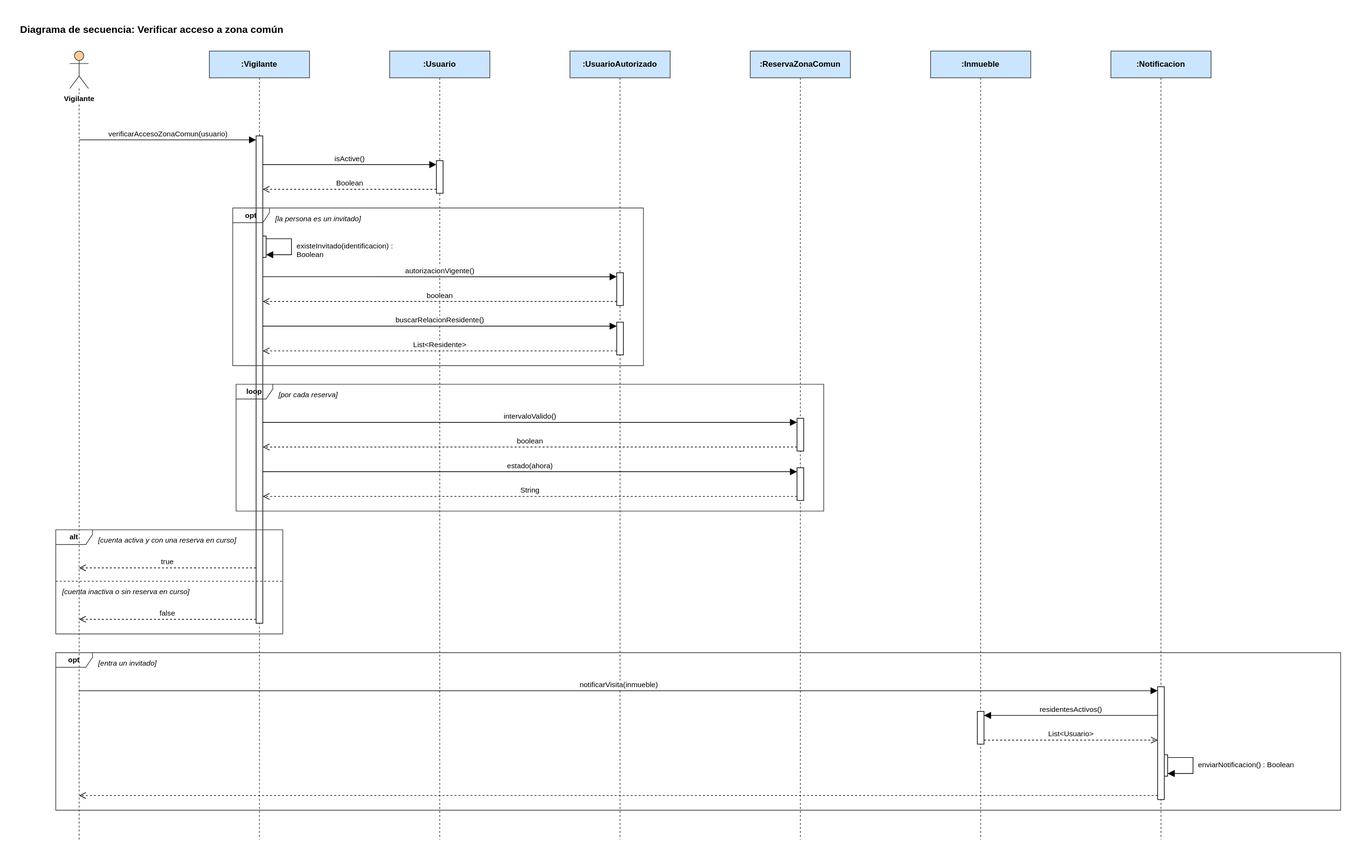
manuel20051208/HorizontalSoftware-Back-End keeps this draw.io diagram as Diagramas/Secuencia/verificar-acceso-a-zona-comun.svg. Above is the earlier version. Source tidied: cells renumbered, new cells last; positions are measured from the earlier drawing's top-left corner, leaving out a move shared by most shapes.
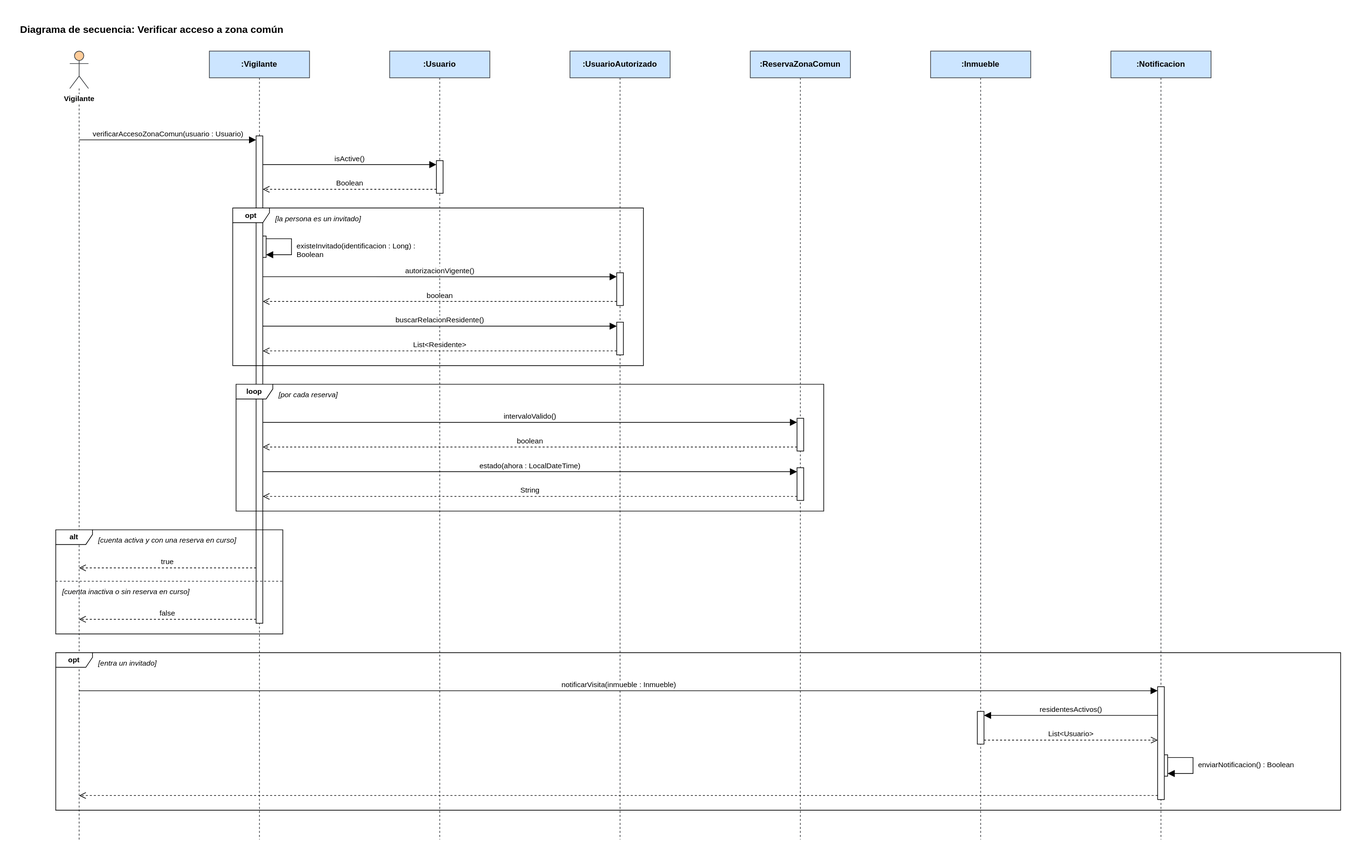
After the change.

What changed in the source:
```diff
@@ -56,7 +56,7 @@
     <mxCell id="19" style="html=1;points=[];perimeter=orthogonalPerimeter;fillColor=#ffffff;strokeColor=#000000;" parent="1" vertex="1">
       <mxGeometry x="1705" y="1000" width="10" height="169" as="geometry" />
     </mxCell>
-    <mxCell id="20" value="verificarAccesoZonaComun(usuario)" style="html=1;verticalAlign=bottom;rounded=0;fontSize=11;strokeColor=#000000;endArrow=block;endFill=1;endSize=8;exitX=0.5000;exitY=0.1126;exitDx=0;exitDy=0;exitPerimeter=0;entryX=0.0000;entryY=0.0082;entryDx=0;entryDy=0;entryPerimeter=0;" parent="1" edge="1" source="3" target="16">
+    <mxCell id="20" value="verificarAccesoZonaComun(usuario : Usuario)" style="html=1;verticalAlign=bottom;rounded=0;fontSize=11;strokeColor=#000000;endArrow=block;endFill=1;endSize=8;exitX=0.5000;exitY=0.1126;exitDx=0;exitDy=0;exitPerimeter=0;entryX=0.0000;entryY=0.0082;entryDx=0;entryDy=0;entryPerimeter=0;" parent="1" edge="1" source="3" target="16">
       <mxGeometry relative="1" as="geometry" />
     </mxCell>
     <mxCell id="21" value="isActive()" style="html=1;verticalAlign=bottom;rounded=0;fontSize=11;strokeColor=#000000;endArrow=block;endFill=1;endSize=8;exitX=1.0000;exitY=0.0589;exitDx=0;exitDy=0;exitPerimeter=0;entryX=0.0000;entryY=0.1224;entryDx=0;entryDy=0;entryPerimeter=0;" parent="1" edge="1" source="16" target="10">
@@ -91,7 +91,7 @@
     <mxCell id="29" value="boolean" style="html=1;verticalAlign=bottom;rounded=0;fontSize=11;strokeColor=#000000;dashed=1;endArrow=open;endFill=0;endSize=8;exitX=0.0000;exitY=0.8776;exitDx=0;exitDy=0;exitPerimeter=0;entryX=1.0000;entryY=0.6384;entryDx=0;entryDy=0;entryPerimeter=0;" parent="1" edge="1" source="14" target="16">
       <mxGeometry relative="1" as="geometry" />
     </mxCell>
-    <mxCell id="30" value="estado(ahora)" style="html=1;verticalAlign=bottom;rounded=0;fontSize=11;strokeColor=#000000;endArrow=block;endFill=1;endSize=8;exitX=1.0000;exitY=0.6890;exitDx=0;exitDy=0;exitPerimeter=0;entryX=0.0000;entryY=0.1224;entryDx=0;entryDy=0;entryPerimeter=0;" parent="1" edge="1" source="16" target="15">
+    <mxCell id="30" value="estado(ahora : LocalDateTime)" style="html=1;verticalAlign=bottom;rounded=0;fontSize=11;strokeColor=#000000;endArrow=block;endFill=1;endSize=8;exitX=1.0000;exitY=0.6890;exitDx=0;exitDy=0;exitPerimeter=0;entryX=0.0000;entryY=0.1224;entryDx=0;entryDy=0;entryPerimeter=0;" parent="1" edge="1" source="16" target="15">
       <mxGeometry relative="1" as="geometry" />
     </mxCell>
     <mxCell id="31" value="String" style="html=1;verticalAlign=bottom;rounded=0;fontSize=11;strokeColor=#000000;dashed=1;endArrow=open;endFill=0;endSize=8;exitX=0.0000;exitY=0.8776;exitDx=0;exitDy=0;exitPerimeter=0;entryX=1.0000;entryY=0.7397;entryDx=0;entryDy=0;entryPerimeter=0;" parent="1" edge="1" source="15" target="16">
@@ -103,7 +103,7 @@
     <mxCell id="33" value="false" style="html=1;verticalAlign=bottom;rounded=0;fontSize=11;strokeColor=#000000;dashed=1;endArrow=open;endFill=0;endSize=8;exitX=0.0000;exitY=0.9918;exitDx=0;exitDy=0;exitPerimeter=0;entryX=0.5000;entryY=0.7206;entryDx=0;entryDy=0;entryPerimeter=0;" parent="1" edge="1" source="16" target="3">
       <mxGeometry relative="1" as="geometry" />
     </mxCell>
-    <mxCell id="34" value="notificarVisita(inmueble)" style="html=1;verticalAlign=bottom;rounded=0;fontSize=11;strokeColor=#000000;endArrow=block;endFill=1;endSize=8;exitX=0.5000;exitY=0.8112;exitDx=0;exitDy=0;exitPerimeter=0;entryX=0.0000;entryY=0.0355;entryDx=0;entryDy=0;entryPerimeter=0;" parent="1" edge="1" source="3" target="19">
+    <mxCell id="34" value="notificarVisita(inmueble : Inmueble)" style="html=1;verticalAlign=bottom;rounded=0;fontSize=11;strokeColor=#000000;endArrow=block;endFill=1;endSize=8;exitX=0.5000;exitY=0.8112;exitDx=0;exitDy=0;exitPerimeter=0;entryX=0.0000;entryY=0.0355;entryDx=0;entryDy=0;entryPerimeter=0;" parent="1" edge="1" source="3" target="19">
       <mxGeometry relative="1" as="geometry" />
     </mxCell>
     <mxCell id="35" value="residentesActivos()" style="html=1;verticalAlign=bottom;rounded=0;fontSize=11;strokeColor=#000000;endArrow=block;endFill=1;endSize=8;exitX=0.0000;exitY=0.2544;exitDx=0;exitDy=0;exitPerimeter=0;entryX=1.0000;entryY=0.1224;entryDx=0;entryDy=0;entryPerimeter=0;" parent="1" edge="1" source="19" target="17">
@@ -123,22 +123,22 @@
     <mxCell id="38" style="html=1;verticalAlign=bottom;rounded=0;fontSize=11;strokeColor=#000000;dashed=1;endArrow=open;endFill=0;endSize=8;exitX=0.0000;exitY=0.9645;exitDx=0;exitDy=0;exitPerimeter=0;entryX=0.5000;entryY=0.9441;entryDx=0;entryDy=0;entryPerimeter=0;" parent="1" edge="1" source="19" target="3">
       <mxGeometry relative="1" as="geometry" />
     </mxCell>
-    <mxCell id="39" value="existeInvitado(identificacion) : Boolean" style="text;html=1;align=left;verticalAlign=top;whiteSpace=wrap;overflow=hidden;fontSize=11;" parent="1" vertex="1">
+    <mxCell id="39" value="existeInvitado(identificacion : Long) : Boolean" style="text;html=1;align=left;verticalAlign=top;whiteSpace=wrap;overflow=hidden;fontSize=11;" parent="1" vertex="1">
       <mxGeometry x="414" y="327" width="185" height="28" as="geometry" />
     </mxCell>
     <mxCell id="40" value="enviarNotificacion() : Boolean" style="text;html=1;align=left;verticalAlign=top;whiteSpace=wrap;overflow=hidden;fontSize=11;" parent="1" vertex="1">
       <mxGeometry x="1764" y="1104" width="185" height="28" as="geometry" />
     </mxCell>
-    <mxCell id="41" value="opt" style="shape=umlFrame;whiteSpace=wrap;html=1;fillColor=none;strokeColor=#36393d;fontStyle=1;fontSize=11;width=55;height=22;" parent="1" vertex="1">
+    <mxCell id="41" value="opt" style="shape=umlFrame;whiteSpace=wrap;html=1;fontStyle=1;fontSize=11;width=55;height=22;" parent="1" vertex="1">
       <mxGeometry x="320" y="283" width="615" height="236" as="geometry" />
     </mxCell>
-    <mxCell id="42" value="loop" style="shape=umlFrame;whiteSpace=wrap;html=1;fillColor=none;strokeColor=#36393d;fontStyle=1;fontSize=11;width=55;height=22;" parent="1" vertex="1">
+    <mxCell id="42" value="loop" style="shape=umlFrame;whiteSpace=wrap;html=1;fontStyle=1;fontSize=11;width=55;height=22;" parent="1" vertex="1">
       <mxGeometry x="325" y="547" width="880" height="190" as="geometry" />
     </mxCell>
-    <mxCell id="43" value="alt" style="shape=umlFrame;whiteSpace=wrap;html=1;fillColor=none;strokeColor=#36393d;fontStyle=1;fontSize=11;width=55;height=22;" parent="1" vertex="1">
+    <mxCell id="43" value="alt" style="shape=umlFrame;whiteSpace=wrap;html=1;fontStyle=1;fontSize=11;width=55;height=22;" parent="1" vertex="1">
       <mxGeometry x="55" y="765" width="340" height="156" as="geometry" />
     </mxCell>
-    <mxCell id="44" value="opt" style="shape=umlFrame;whiteSpace=wrap;html=1;fillColor=none;strokeColor=#36393d;fontStyle=1;fontSize=11;width=55;height=22;" parent="1" vertex="1">
+    <mxCell id="44" value="opt" style="shape=umlFrame;whiteSpace=wrap;html=1;fontStyle=1;fontSize=11;width=55;height=22;" parent="1" vertex="1">
       <mxGeometry x="55" y="949" width="1924" height="236" as="geometry" />
     </mxCell>
     <mxCell id="45" style="endArrow=none;dashed=1;html=1;strokeColor=#36393d;" parent="1" edge="1">
```
